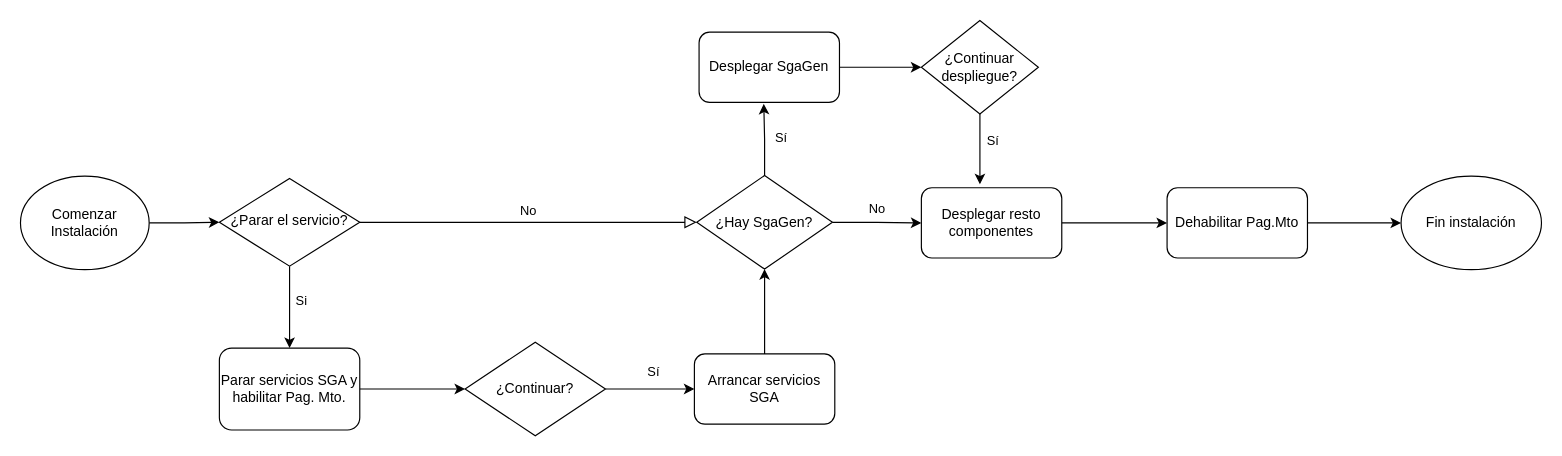
Before: Diagrama sin título.drawio in rubenlj/try_git, a draw.io diagram. Source tidied: cells renumbered, new cells numbered last; positions are measured from the earlier drawing's top-left corner, leaving out a move shared by most shapes. Both pictures are drawn from the tidied source at 117%, with x=0, y=0 at pixel (20, 20).
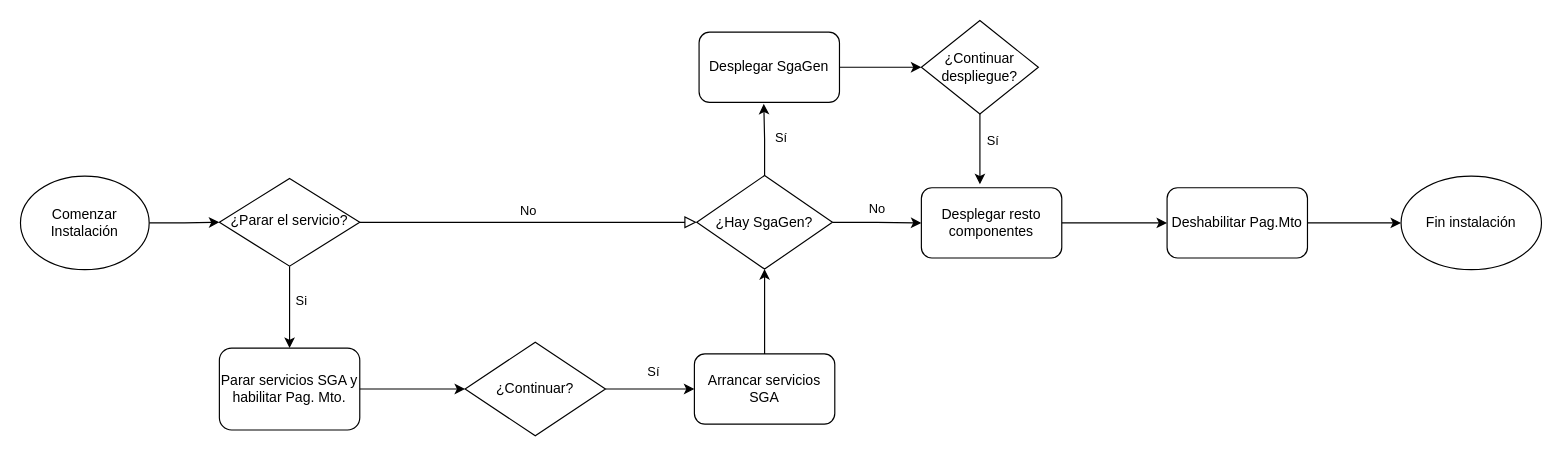
The same page after the edit.

The edit, as a diff of the source:
```diff
@@
-    <mxCell id="22" value="Dehabilitar Pag.Mto" style="rounded=1;whiteSpace=wrap;html=1;" parent="1" vertex="1">
+    <mxCell id="22" value="Deshabilitar Pag.Mto" style="rounded=1;whiteSpace=wrap;html=1;" parent="1" vertex="1">
       <mxGeometry x="980" y="143" width="120" height="60" as="geometry" />
     </mxCell>
```
